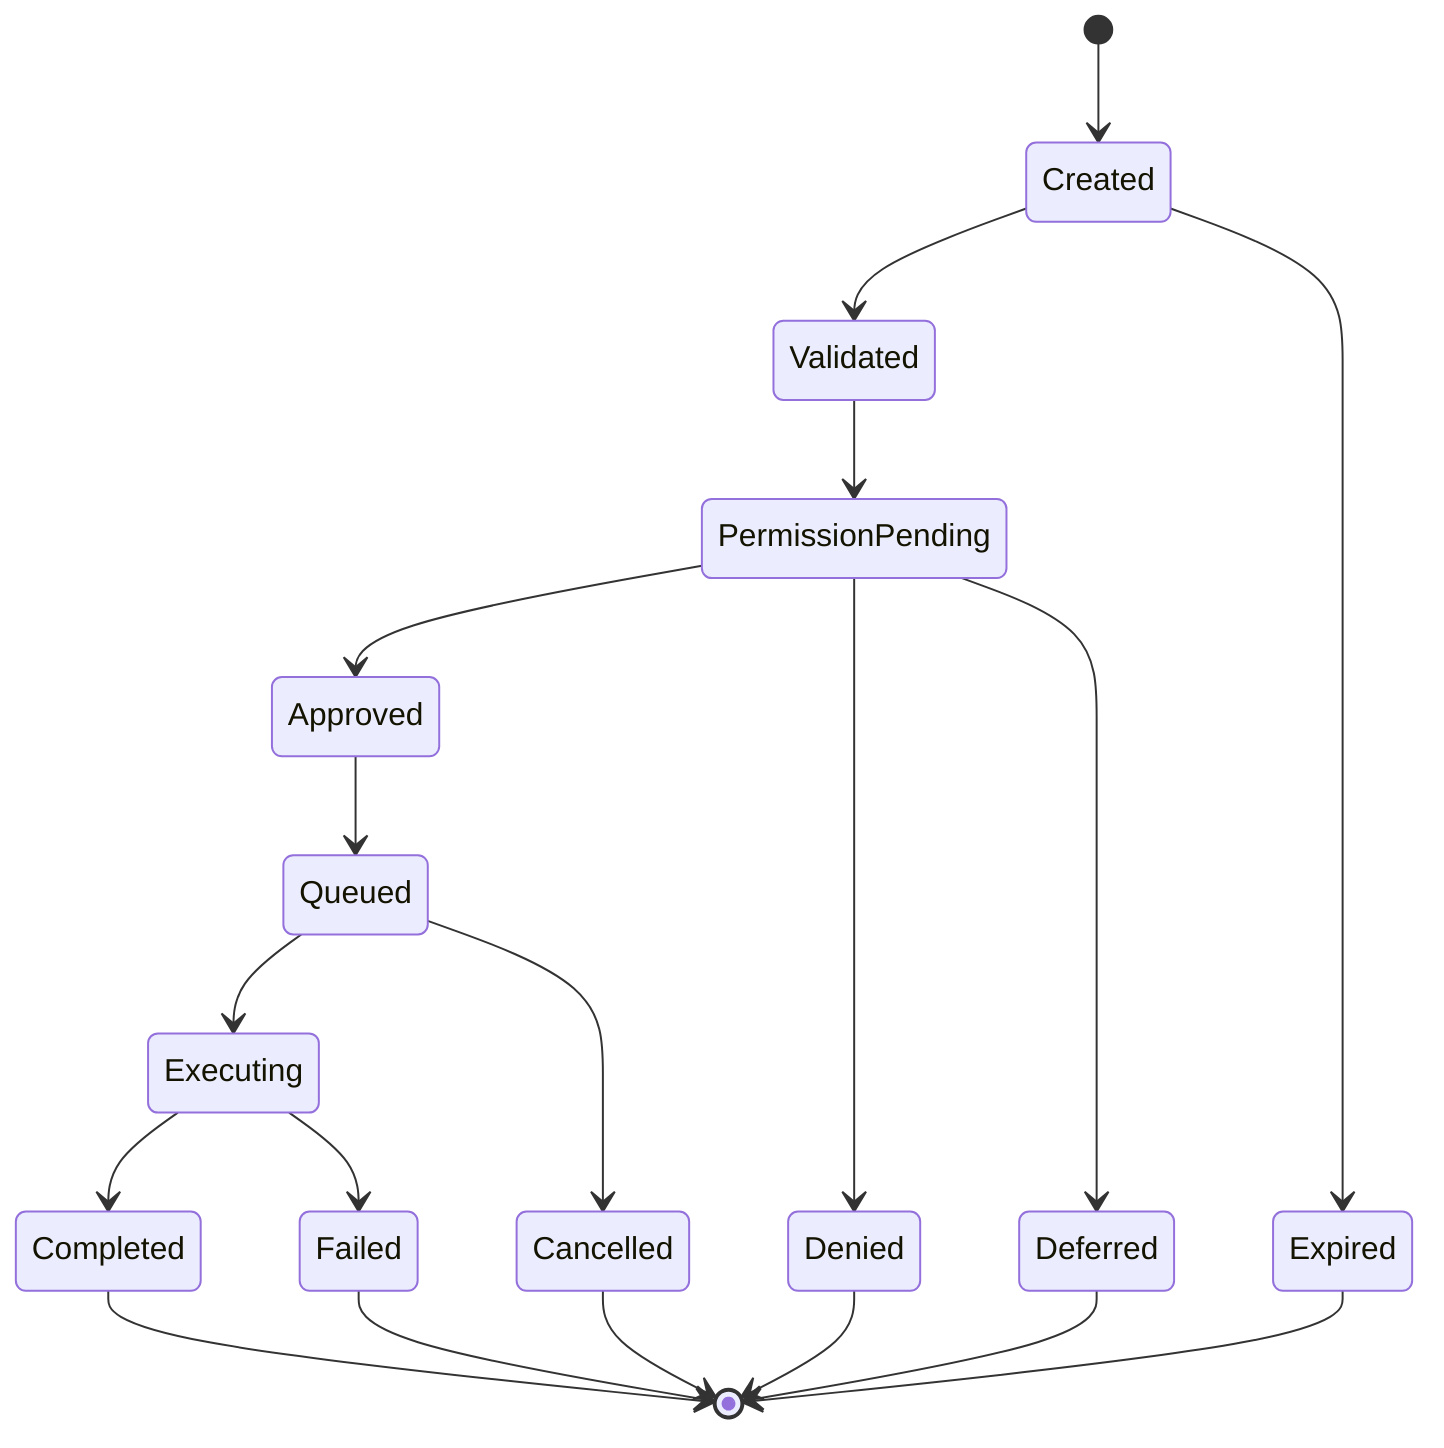
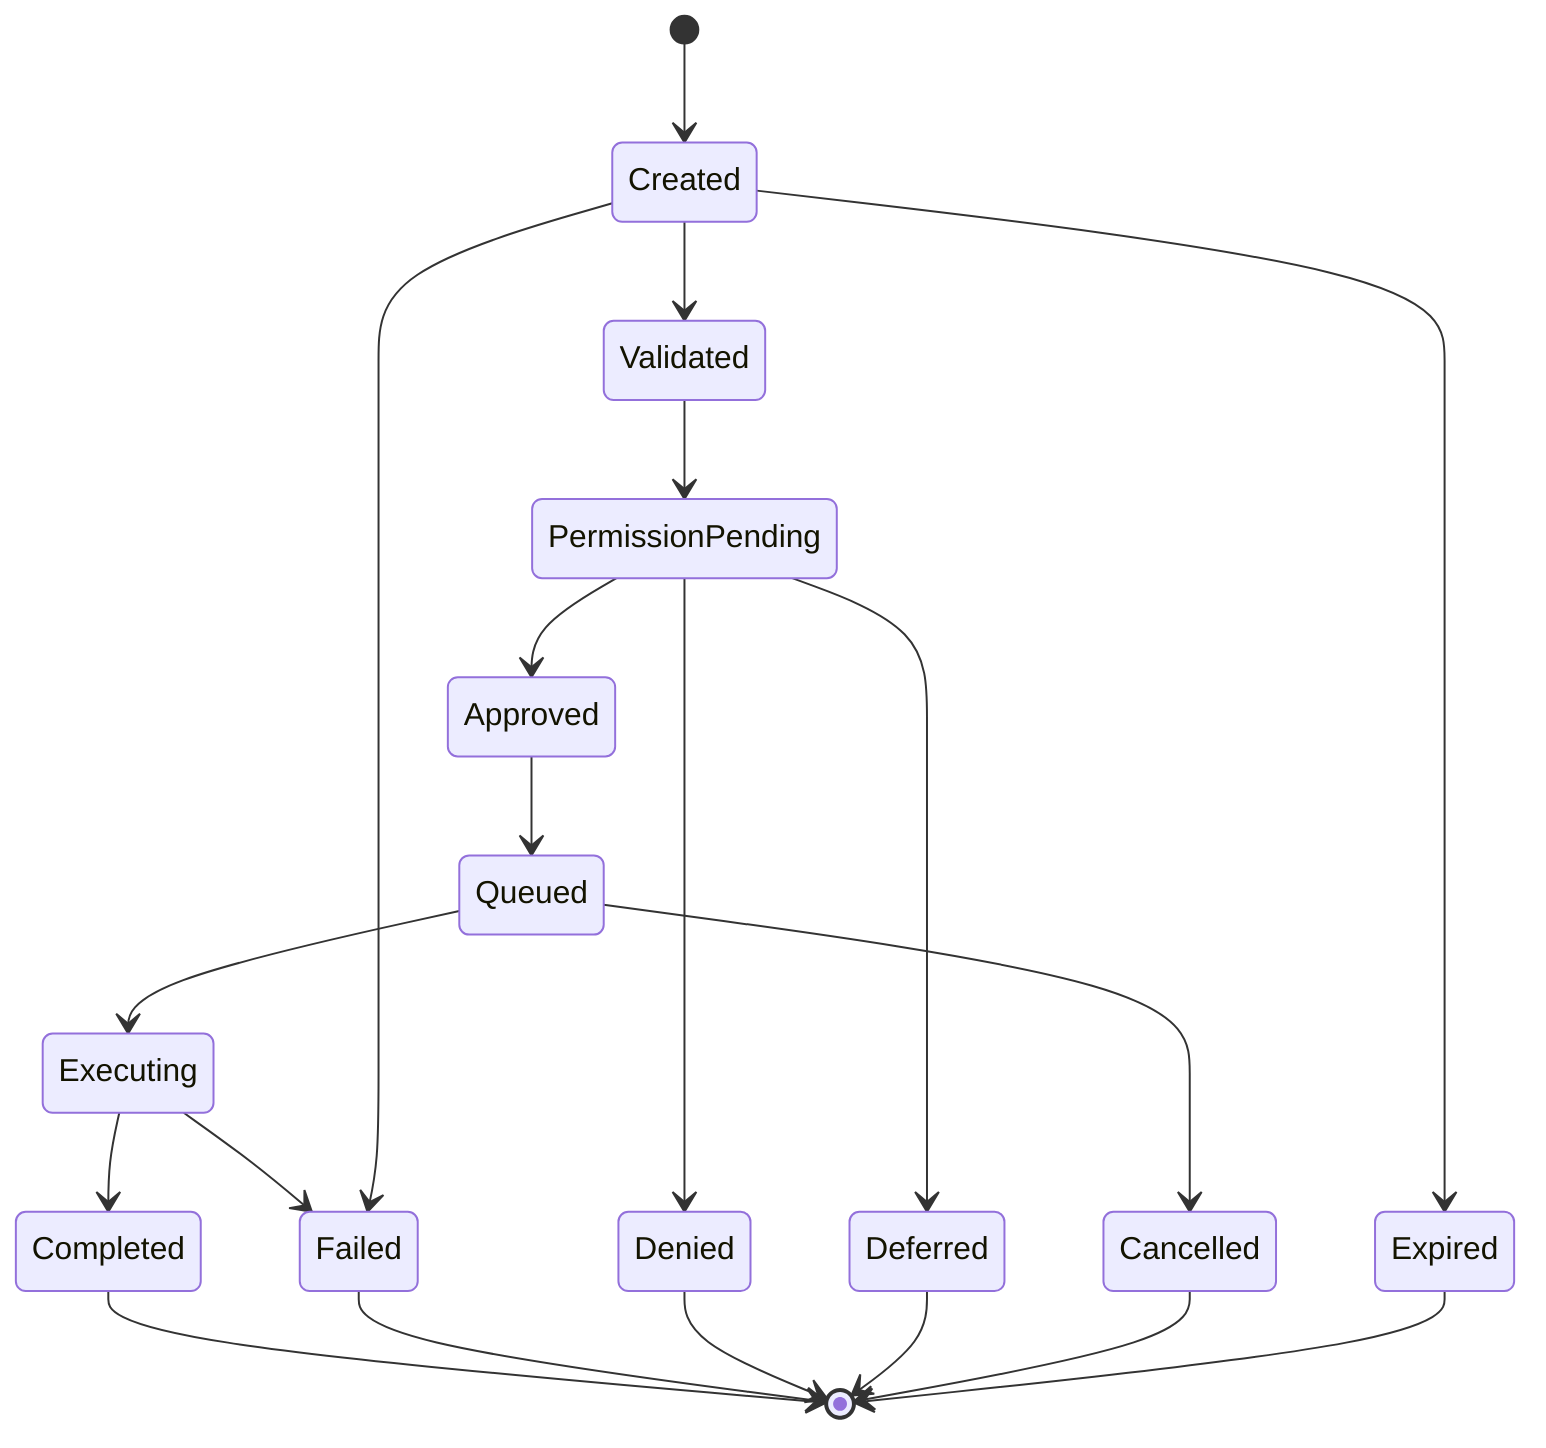
stateDiagram-v2
[*] --> Created
Created --> Validated
Validated --> PermissionPending
PermissionPending --> Approved
PermissionPending --> Denied
PermissionPending --> Deferred
Approved --> Queued
Queued --> Executing
Executing --> Completed
Executing --> Failed
Queued --> Cancelled
Created --> Expired
+ Created --> Failed
Completed --> [*]
Failed --> [*]
Denied --> [*]
Deferred --> [*]
Cancelled --> [*]
Expired --> [*]
